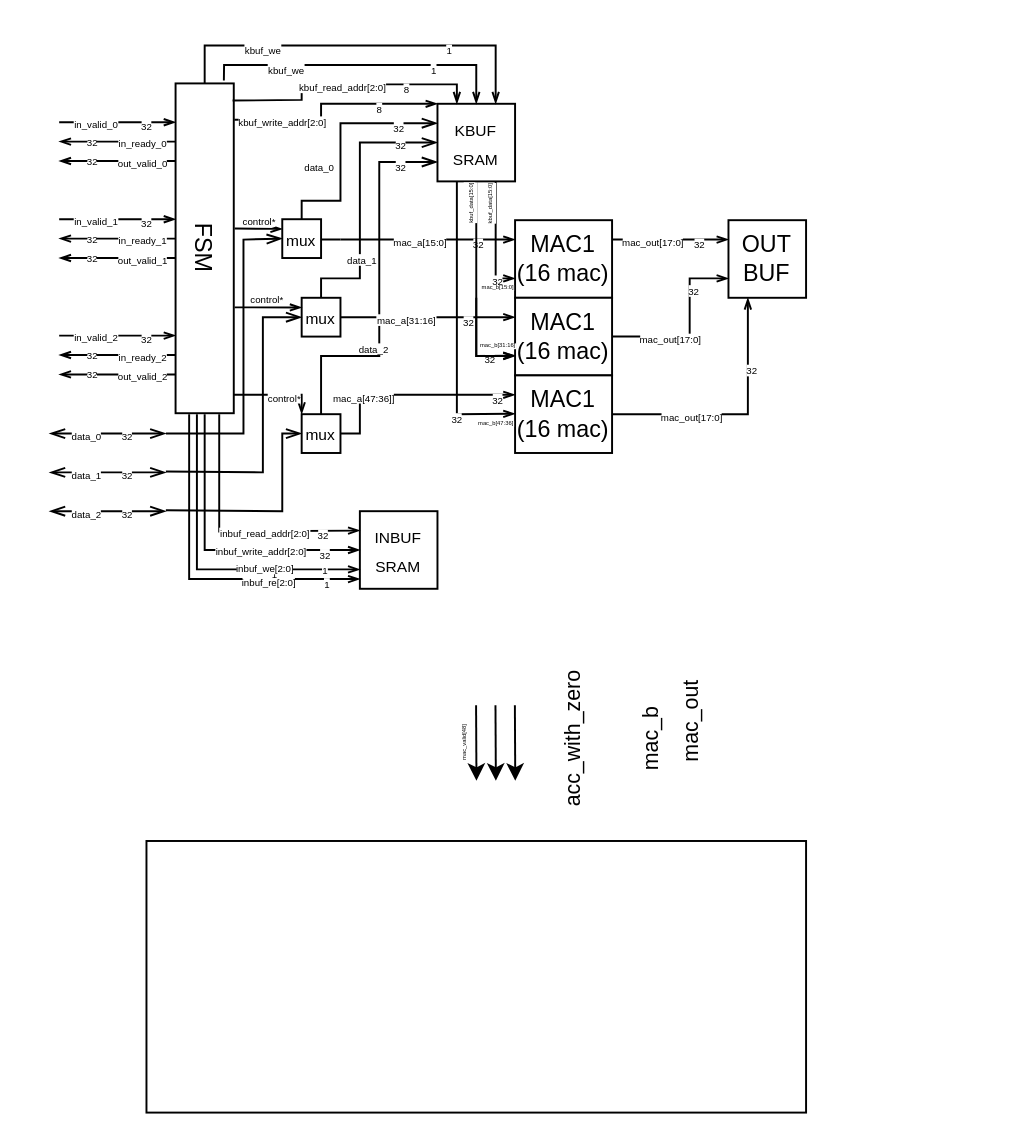
This is bd.drawio from Godblessr/CPAEP_lab, a draw.io file, before an edit. Source tidied: cells renumbered, new cells numbered last; positions are measured from the earlier drawing's top-left corner, leaving out a move shared by most shapes. Both pictures are drawn from the tidied source at 194%, with x=0, y=0 at pixel (39, 45).
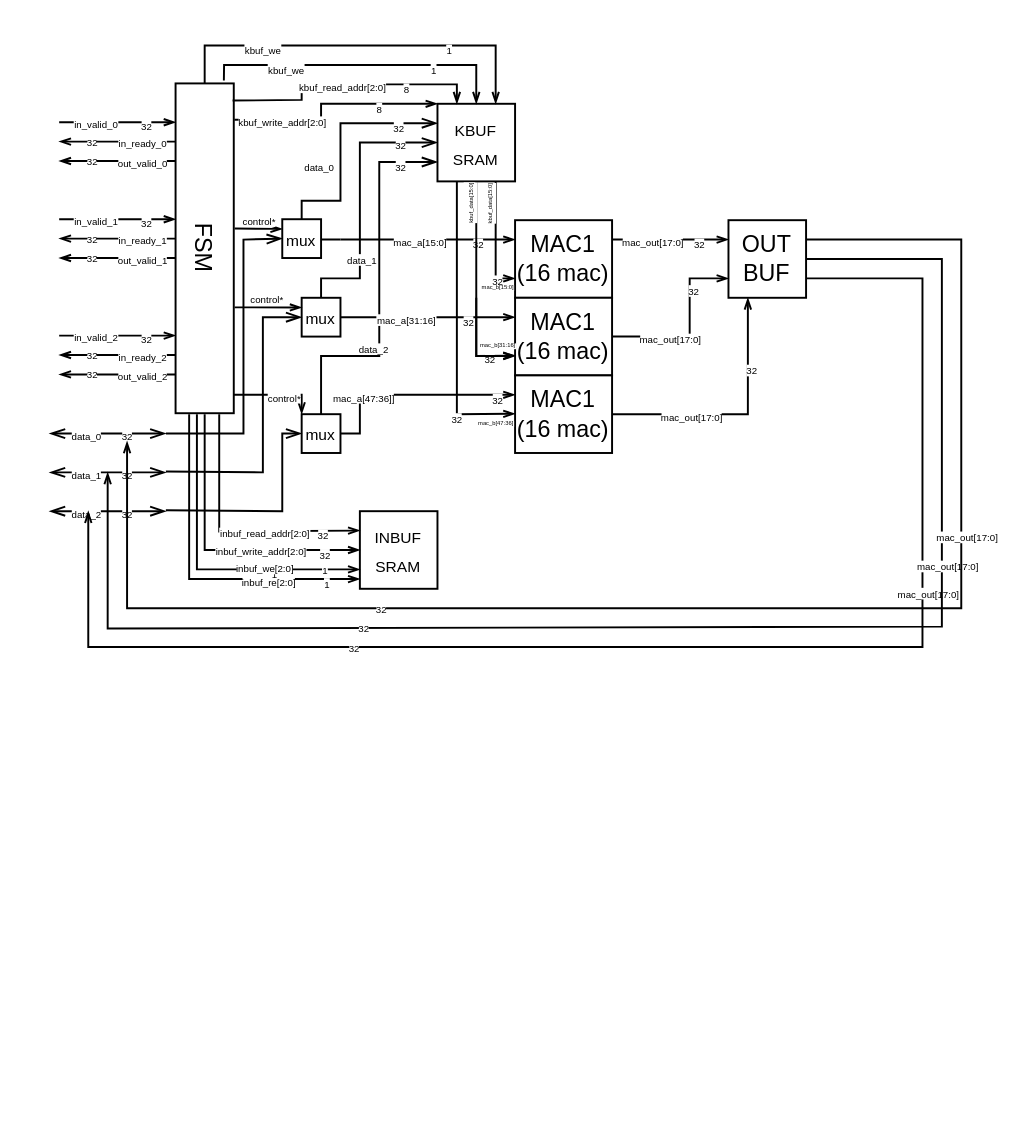
After the change.

The change refers to these unchanged cells:
```xml
<mxCell id="5" value="&lt;div&gt;OUT&lt;/div&gt;&lt;div&gt;BUF&lt;/div&gt;" style="whiteSpace=wrap;html=1;" parent="1" vertex="1">
  <mxGeometry x="355" y="90" width="40" height="40" as="geometry" />
</mxCell>
```

The edit, as a diff of the source:
```diff
@@
-    <mxCell id="2" style="rounded=0;whiteSpace=wrap;html=1;" parent="1" vertex="1">
-      <mxGeometry x="55" y="410" width="340" height="140" as="geometry" />
-    </mxCell>
@@
-    <mxCell id="6" style="endArrow=classic;html=1;rounded=0;exitX=0.648;exitY=1.013;exitDx=0;exitDy=0;exitPerimeter=0;" parent="1" edge="1">
-      <mxGeometry relative="1" as="geometry">
-        <mxPoint x="224.9" y="340" as="sourcePoint" />
-        <mxPoint x="225.1" y="379" as="targetPoint" />
-      </mxGeometry>
-    </mxCell>
-    <mxCell id="7" value="&lt;font style=&quot;font-size: 3px;&quot;&gt;mac_valid[48]&lt;/font&gt;" style="edgeLabel;html=1;align=center;verticalAlign=middle;rotation=-90;" parent="6" vertex="1">
-      <mxGeometry x="-0.22" y="-1" relative="1" as="geometry">
-        <mxPoint x="-9" y="5" as="offset" />
-      </mxGeometry>
-    </mxCell>
-    <mxCell id="8" style="endArrow=classic;html=1;rounded=0;exitX=0.648;exitY=1.013;exitDx=0;exitDy=0;exitPerimeter=0;" parent="1" edge="1">
-      <mxGeometry relative="1" as="geometry">
-        <mxPoint x="234.9" y="340" as="sourcePoint" />
-        <mxPoint x="235.1" y="379" as="targetPoint" />
-      </mxGeometry>
-    </mxCell>
-    <mxCell id="9" style="endArrow=classic;html=1;rounded=0;exitX=0.648;exitY=1.013;exitDx=0;exitDy=0;exitPerimeter=0;" parent="1" edge="1">
-      <mxGeometry relative="1" as="geometry">
-        <mxPoint x="244.9" y="340" as="sourcePoint" />
-        <mxPoint x="245.1" y="379" as="targetPoint" />
-      </mxGeometry>
-    </mxCell>
-    <mxCell id="10" value="&lt;div&gt;acc_with_zero&lt;/div&gt;" style="edgeLabel;html=1;align=center;verticalAlign=middle;rotation=-90;" parent="1" vertex="1">
-      <mxGeometry x="275" y="360" as="geometry">
-        <mxPoint x="1" y="-1" as="offset" />
-      </mxGeometry>
-    </mxCell>
-    <mxCell id="11" value="&lt;div&gt;mac_b&lt;/div&gt;" style="edgeLabel;html=1;align=center;verticalAlign=middle;rotation=-90;" parent="1" vertex="1">
-      <mxGeometry x="315" y="360" as="geometry">
-        <mxPoint x="1" y="-1" as="offset" />
-      </mxGeometry>
-    </mxCell>
-    <mxCell id="12" value="&lt;div&gt;mac_out&lt;/div&gt;" style="edgeLabel;html=1;align=center;verticalAlign=middle;rotation=-90;" parent="1" vertex="1">
-      <mxGeometry x="325" y="370" as="geometry">
-        <mxPoint x="20" y="10" as="offset" />
-      </mxGeometry>
-    </mxCell>
@@
+    <mxCell id="129" style="endArrow=openThin;html=1;rounded=0;fontSize=5;endFill=0;endSize=4;exitX=1;exitY=0.75;exitDx=0;exitDy=0;" parent="1" edge="1" source="5">
+      <mxGeometry relative="1" as="geometry">
+        <mxPoint x="25" y="240" as="targetPoint" />
+        <Array as="points">
+          <mxPoint x="415" y="120" />
+          <mxPoint x="455" y="120" />
+          <mxPoint x="455" y="214" />
+          <mxPoint x="455" y="310" />
+          <mxPoint x="25" y="310" />
+        </Array>
+      </mxGeometry>
+    </mxCell>
+    <mxCell id="130" value="mac_out[17:0]" style="edgeLabel;html=1;align=center;verticalAlign=middle;fontSize=5;" parent="129" vertex="1">
+      <mxGeometry x="-0.41" relative="1" as="geometry">
+        <mxPoint x="2" as="offset" />
+      </mxGeometry>
+    </mxCell>
+    <mxCell id="131" value="32" style="edgeLabel;html=1;align=center;verticalAlign=middle;fontSize=5;" parent="129" vertex="1">
+      <mxGeometry x="0.45" y="-1" relative="1" as="geometry" />
+    </mxCell>
+    <mxCell id="132" style="endArrow=openThin;html=1;rounded=0;fontSize=5;endFill=0;endSize=4;exitX=1;exitY=0.5;exitDx=0;exitDy=0;" parent="1" edge="1" source="5">
+      <mxGeometry relative="1" as="geometry">
+        <mxPoint x="35" y="220" as="targetPoint" />
+        <Array as="points">
+          <mxPoint x="425" y="110" />
+          <mxPoint x="465" y="110" />
+          <mxPoint x="465" y="213.5" />
+          <mxPoint x="465" y="299.5" />
+          <mxPoint x="35" y="300.5" />
+        </Array>
+      </mxGeometry>
+    </mxCell>
+    <mxCell id="133" value="mac_out[17:0]" style="edgeLabel;html=1;align=center;verticalAlign=middle;fontSize=5;" parent="132" vertex="1">
+      <mxGeometry x="-0.41" relative="1" as="geometry">
+        <mxPoint x="2" as="offset" />
+      </mxGeometry>
+    </mxCell>
+    <mxCell id="134" value="32" style="edgeLabel;html=1;align=center;verticalAlign=middle;fontSize=5;" parent="132" vertex="1">
+      <mxGeometry x="0.45" y="-1" relative="1" as="geometry" />
+    </mxCell>
+    <mxCell id="135" style="endArrow=openThin;html=1;rounded=0;fontSize=5;endFill=0;endSize=4;exitX=1;exitY=0.25;exitDx=0;exitDy=0;" parent="1" edge="1" source="5">
+      <mxGeometry relative="1" as="geometry">
+        <mxPoint x="45" y="204" as="targetPoint" />
+        <Array as="points">
+          <mxPoint x="435" y="100" />
+          <mxPoint x="475" y="100" />
+          <mxPoint x="475" y="204" />
+          <mxPoint x="475" y="290" />
+          <mxPoint x="45" y="290" />
+        </Array>
+      </mxGeometry>
+    </mxCell>
+    <mxCell id="136" value="mac_out[17:0]" style="edgeLabel;html=1;align=center;verticalAlign=middle;fontSize=5;" parent="135" vertex="1">
+      <mxGeometry x="-0.41" relative="1" as="geometry">
+        <mxPoint x="2" as="offset" />
+      </mxGeometry>
+    </mxCell>
+    <mxCell id="137" value="32" style="edgeLabel;html=1;align=center;verticalAlign=middle;fontSize=5;" parent="135" vertex="1">
+      <mxGeometry x="0.45" y="-1" relative="1" as="geometry" />
+    </mxCell>
```
